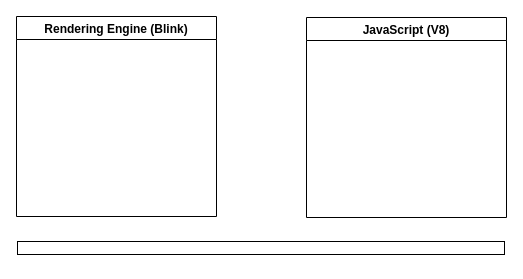
This is page "recording-engine" (1 of 5) of replay-diagrams.drawio from jallen89/jscapsule-figures, a draw.io file, before an edit. Source tidied: cells renumbered, new cells numbered last; positions are measured from the earlier drawing's top-left corner, leaving out a move shared by most shapes. Both pictures are drawn from the tidied source at 100%, with x=0, y=0 at pixel (16, 16).
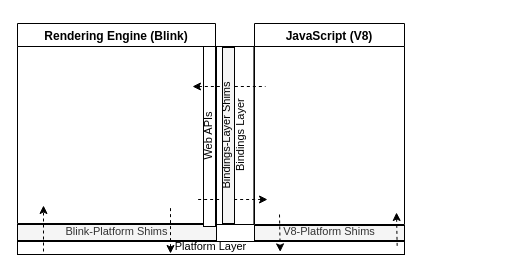
The same diagram, later.

Change to the diagram source:
```diff
@@
+    <mxCell id="5" value="&lt;div style=&quot;font-size: 11px&quot;&gt;V8-Platform Shims&lt;/div&gt;" style="rounded=0;whiteSpace=wrap;html=1;fillColor=#f5f5f5;fontColor=#333333;strokeColor=#000000;spacingBottom=3;" parent="1" vertex="1">
+      <mxGeometry x="238" y="209" width="150" height="15" as="geometry" />
+    </mxCell>
+    <mxCell id="4" value="&lt;div style=&quot;font-size: 11px&quot;&gt;&lt;font style=&quot;font-size: 11px&quot;&gt;Platform Layer&lt;/font&gt;&lt;/div&gt;" style="rounded=0;whiteSpace=wrap;html=1;spacingTop=-4;" parent="1" vertex="1">
+      <mxGeometry x="1" y="225" width="387" height="13" as="geometry" />
+    </mxCell>
+    <mxCell id="6" value="&lt;font style=&quot;font-size: 11px&quot;&gt;Blink-Platform Shims&lt;/font&gt;" style="rounded=0;whiteSpace=wrap;html=1;fillColor=#f5f5f5;fontColor=#333333;strokeColor=#000000;spacingBottom=3;" parent="1" vertex="1">
+      <mxGeometry x="1" y="208" width="199" height="16" as="geometry" />
+    </mxCell>
+    <mxCell id="7" value="Bindings Layer" style="rounded=0;whiteSpace=wrap;html=1;fontSize=11;rotation=-90;spacingTop=10;" parent="1" vertex="1">
+      <mxGeometry x="129.7" y="100.3" width="178" height="37.4" as="geometry" />
+    </mxCell>
     <mxCell id="2" value="Rendering Engine (Blink)" style="swimlane;" parent="1" vertex="1">
-      <mxGeometry width="200" height="200" as="geometry" />
+      <mxGeometry x="1" y="7" width="198" height="200" as="geometry" />
     </mxCell>
+    <mxCell id="8" value="&lt;div style=&quot;font-size: 11px;&quot;&gt;Web APIs&lt;/div&gt;" style="rounded=0;whiteSpace=wrap;html=1;strokeColor=#000000;rotation=-90;spacingBottom=3;fontSize=11;" parent="2" vertex="1">
+      <mxGeometry x="102" y="107" width="180" height="12" as="geometry" />
+    </mxCell>
+    <mxCell id="9" style="endArrow=none;dashed=1;html=1;rounded=0;fontSize=11;startArrow=classic;startFill=1;" parent="2" edge="1">
+      <mxGeometry relative="1" as="geometry">
+        <mxPoint x="175" y="63" as="sourcePoint" />
+        <mxPoint x="248" y="63" as="targetPoint" />
+      </mxGeometry>
+    </mxCell>
+    <mxCell id="10" style="endArrow=classic;dashed=1;html=1;rounded=0;fontSize=11;fontColor=#000000;startArrow=none;startFill=0;endFill=1;" parent="2" edge="1">
+      <mxGeometry relative="1" as="geometry">
+        <mxPoint x="26" y="228" as="sourcePoint" />
+        <mxPoint x="26" y="182" as="targetPoint" />
+      </mxGeometry>
+    </mxCell>
     <mxCell id="3" value="JavaScript (V8)" style="swimlane;" parent="1" vertex="1">
-      <mxGeometry x="290" y="1" width="200" height="200" as="geometry" />
+      <mxGeometry x="238" y="7" width="150" height="201" as="geometry" />
     </mxCell>
-    <mxCell id="4" style="rounded=0;whiteSpace=wrap;html=1;" parent="1" vertex="1">
-      <mxGeometry x="1" y="225" width="487" height="13" as="geometry" />
-    </mxCell>
+    <mxCell id="11" style="endArrow=none;dashed=1;html=1;rounded=0;fontSize=11;startArrow=classic;startFill=1;" parent="3" edge="1">
+      <mxGeometry relative="1" as="geometry">
+        <mxPoint x="13" y="176" as="sourcePoint" />
+        <mxPoint x="-59" y="176" as="targetPoint" />
+      </mxGeometry>
+    </mxCell>
+    <mxCell id="12" style="endArrow=classic;dashed=1;html=1;rounded=0;fontSize=11;startArrow=none;startFill=0;endFill=1;" parent="3" edge="1">
+      <mxGeometry relative="1" as="geometry">
+        <mxPoint x="25" y="191" as="sourcePoint" />
+        <mxPoint x="25.7" y="228.4" as="targetPoint" />
+      </mxGeometry>
+    </mxCell>
+    <mxCell id="13" value="&lt;div&gt;Bindings-Layer Shims&lt;/div&gt;" style="rounded=0;whiteSpace=wrap;html=1;fontSize=11;strokeColor=#000000;rotation=-90;spacingBottom=4;fillColor=#f5f5f5;fontColor=#000000;" parent="1" vertex="1">
+      <mxGeometry x="124" y="113" width="176" height="12" as="geometry" />
+    </mxCell>
+    <mxCell id="14" style="endArrow=none;dashed=1;html=1;rounded=0;fontSize=11;fontColor=#000000;startArrow=classic;startFill=1;endFill=0;" parent="1" edge="1">
+      <mxGeometry relative="1" as="geometry">
+        <mxPoint x="154" y="237" as="sourcePoint" />
+        <mxPoint x="154" y="191" as="targetPoint" />
+      </mxGeometry>
+    </mxCell>
+    <mxCell id="15" style="endArrow=none;dashed=1;html=1;rounded=0;fontSize=11;startArrow=classic;startFill=1;" parent="1" edge="1">
+      <mxGeometry relative="1" as="geometry">
+        <mxPoint x="380" y="196" as="sourcePoint" />
+        <mxPoint x="380.7" y="231.4" as="targetPoint" />
+      </mxGeometry>
+    </mxCell>
```
